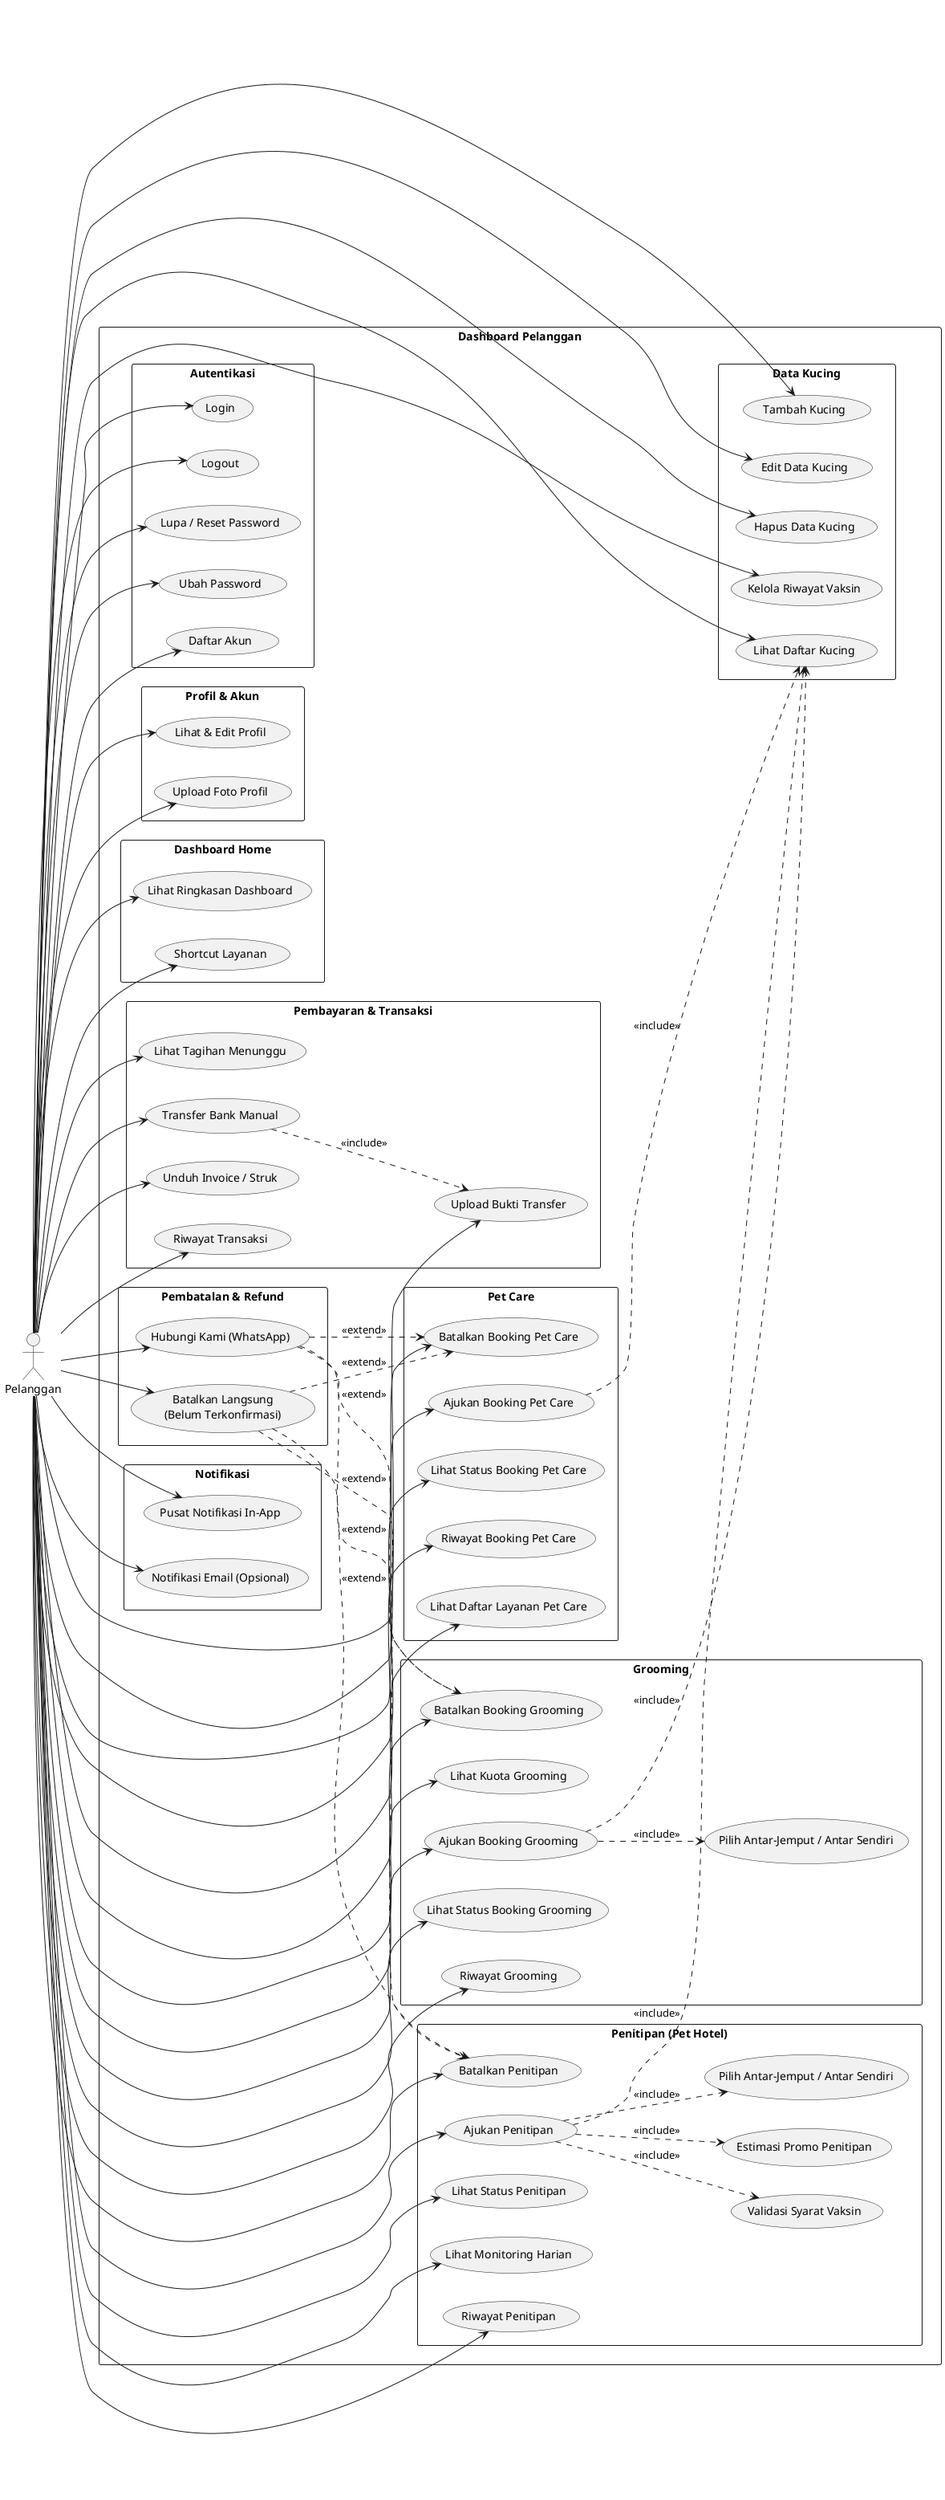
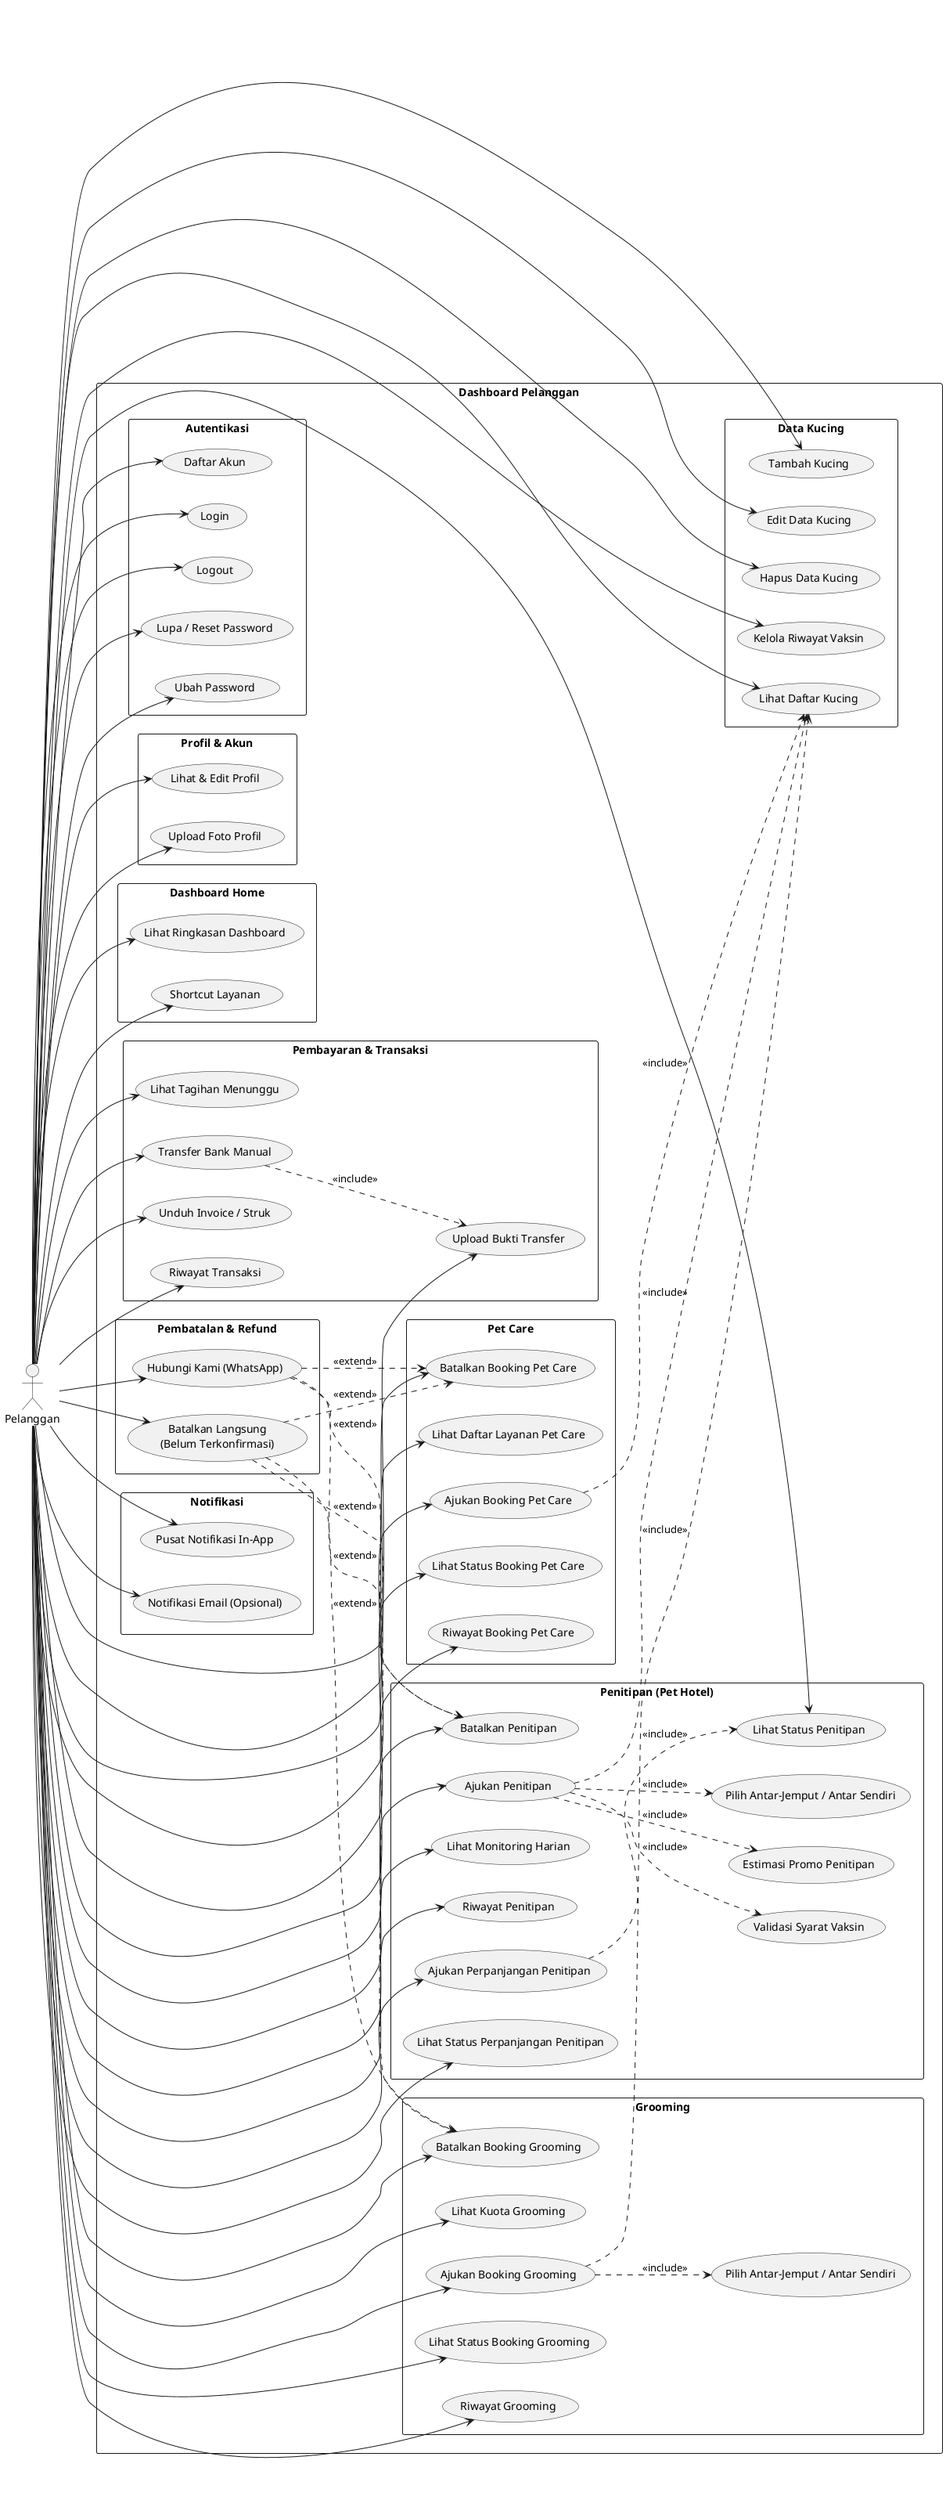
@startuml usecase-pelanggan
left to right direction
skinparam packageStyle rectangle

actor Pelanggan

rectangle "Dashboard Pelanggan" {
  rectangle "Autentikasi" {
    usecase "Daftar Akun" as UC_Reg
    usecase "Login" as UC_Login
    usecase "Logout" as UC_Logout
    usecase "Lupa / Reset Password" as UC_ResetPwd
    usecase "Ubah Password" as UC_UbahPwd
  }

  rectangle "Profil & Akun" {
    usecase "Lihat & Edit Profil" as UC_LihatEditProfil
    usecase "Upload Foto Profil" as UC_UploadFotoProfil
  }

  rectangle "Data Kucing" {
    usecase "Tambah Kucing" as UC_TambahKucing
    usecase "Edit Data Kucing" as UC_EditKucing
    usecase "Hapus Data Kucing" as UC_HapusKucing
    usecase "Lihat Daftar Kucing" as UC_DaftarKucing
    usecase "Kelola Riwayat Vaksin" as UC_RiwayatVaksin
  }

  rectangle "Dashboard Home" {
    usecase "Lihat Ringkasan Dashboard" as UC_Ringkasan
    usecase "Shortcut Layanan" as UC_Shortcut
  }

  rectangle "Grooming" {
    usecase "Lihat Kuota Grooming" as UC_LihatKuotaGrooming
    usecase "Ajukan Booking Grooming" as UC_AjukanGrooming
    usecase "Lihat Status Booking Grooming" as UC_StatusGrooming
    usecase "Riwayat Grooming" as UC_RiwayatGrooming
    usecase "Batalkan Booking Grooming" as UC_BatalGrooming
    usecase "Pilih Antar-Jemput / Antar Sendiri" as UC_AntarJemputGrooming
  }

  rectangle "Penitipan (Pet Hotel)" {
    usecase "Ajukan Penitipan" as UC_AjukanPenitipan
    usecase "Validasi Syarat Vaksin" as UC_ValidasiVaksin
    usecase "Estimasi Promo Penitipan" as UC_PromoPenitipan
    usecase "Lihat Status Penitipan" as UC_StatusPenitipan
    usecase "Lihat Monitoring Harian" as UC_MonitoringPenitipan
    usecase "Riwayat Penitipan" as UC_RiwayatPenitipan
    usecase "Batalkan Penitipan" as UC_BatalPenitipan
    usecase "Pilih Antar-Jemput / Antar Sendiri" as UC_AntarJemputPenitipan
+     usecase "Ajukan Perpanjangan Penitipan" as UC_AjukanPerpanjangan
+     usecase "Lihat Status Perpanjangan Penitipan" as UC_StatusPerpanjangan
  }

  rectangle "Pet Care" {
    usecase "Lihat Daftar Layanan Pet Care" as UC_LihatLayananPetCare
    usecase "Ajukan Booking Pet Care" as UC_AjukanPetCare
    usecase "Lihat Status Booking Pet Care" as UC_StatusPetCare
    usecase "Riwayat Booking Pet Care" as UC_RiwayatPetCare
    usecase "Batalkan Booking Pet Care" as UC_BatalPetCare
  }

  rectangle "Pembayaran & Transaksi" {
    usecase "Lihat Tagihan Menunggu" as UC_Tagihan
    usecase "Transfer Bank Manual" as UC_Transfer
    usecase "Upload Bukti Transfer" as UC_UploadBukti
    usecase "Unduh Invoice / Struk" as UC_Invoice
    usecase "Riwayat Transaksi" as UC_RiwayatTransaksi
  }

  rectangle "Pembatalan & Refund" {
    usecase "Batalkan Langsung\n(Belum Terkonfirmasi)" as UC_BatalLangsung
    usecase "Hubungi Kami (WhatsApp)" as UC_HubungiKami
  }

  rectangle "Notifikasi" {
    usecase "Pusat Notifikasi In-App" as UC_PusatNotif
    usecase "Notifikasi Email (Opsional)" as UC_EmailNotif
  }
}

Pelanggan --> UC_Reg
Pelanggan --> UC_Login
Pelanggan --> UC_Logout
Pelanggan --> UC_ResetPwd
Pelanggan --> UC_UbahPwd
Pelanggan --> UC_LihatEditProfil
Pelanggan --> UC_UploadFotoProfil
Pelanggan --> UC_TambahKucing
Pelanggan --> UC_EditKucing
Pelanggan --> UC_HapusKucing
Pelanggan --> UC_DaftarKucing
Pelanggan --> UC_RiwayatVaksin
Pelanggan --> UC_Ringkasan
Pelanggan --> UC_Shortcut
Pelanggan --> UC_LihatKuotaGrooming
Pelanggan --> UC_AjukanGrooming
Pelanggan --> UC_StatusGrooming
Pelanggan --> UC_RiwayatGrooming
Pelanggan --> UC_BatalGrooming
Pelanggan --> UC_AjukanPenitipan
Pelanggan --> UC_StatusPenitipan
Pelanggan --> UC_MonitoringPenitipan
Pelanggan --> UC_RiwayatPenitipan
Pelanggan --> UC_BatalPenitipan
+ Pelanggan --> UC_AjukanPerpanjangan
+ Pelanggan --> UC_StatusPerpanjangan
Pelanggan --> UC_LihatLayananPetCare
Pelanggan --> UC_AjukanPetCare
Pelanggan --> UC_StatusPetCare
Pelanggan --> UC_RiwayatPetCare
Pelanggan --> UC_BatalPetCare
Pelanggan --> UC_Tagihan
Pelanggan --> UC_Transfer
Pelanggan --> UC_UploadBukti
Pelanggan --> UC_Invoice
Pelanggan --> UC_RiwayatTransaksi
Pelanggan --> UC_BatalLangsung
Pelanggan --> UC_HubungiKami
Pelanggan --> UC_PusatNotif
Pelanggan --> UC_EmailNotif

UC_AjukanGrooming ..> UC_AntarJemputGrooming : <<include>>
UC_AjukanPenitipan ..> UC_ValidasiVaksin : <<include>>
UC_AjukanPenitipan ..> UC_PromoPenitipan : <<include>>
UC_AjukanPenitipan ..> UC_AntarJemputPenitipan : <<include>>
UC_AjukanGrooming ..> UC_DaftarKucing : <<include>>
UC_AjukanPenitipan ..> UC_DaftarKucing : <<include>>
+ UC_AjukanPerpanjangan ..> UC_StatusPenitipan : <<include>>
UC_AjukanPetCare ..> UC_DaftarKucing : <<include>>
UC_Transfer ..> UC_UploadBukti : <<include>>

UC_BatalLangsung ..> UC_BatalGrooming : <<extend>>
UC_BatalLangsung ..> UC_BatalPenitipan : <<extend>>
UC_BatalLangsung ..> UC_BatalPetCare : <<extend>>
UC_HubungiKami ..> UC_BatalGrooming : <<extend>>
UC_HubungiKami ..> UC_BatalPenitipan : <<extend>>
UC_HubungiKami ..> UC_BatalPetCare : <<extend>>

@enduml
